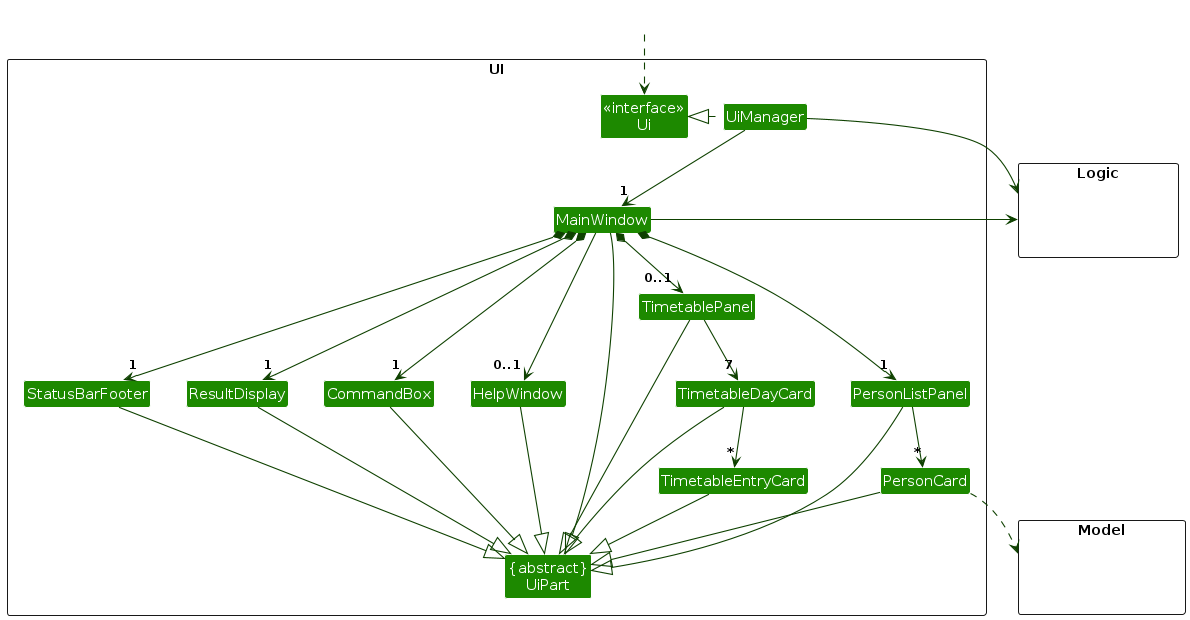
The PlantUML diagram diagrams/UiClassDiagram.png in AY2627S1-CS2103T-T12-2/tp, before a commit. Its source is kept beside it as diagrams/UiClassDiagram.puml.
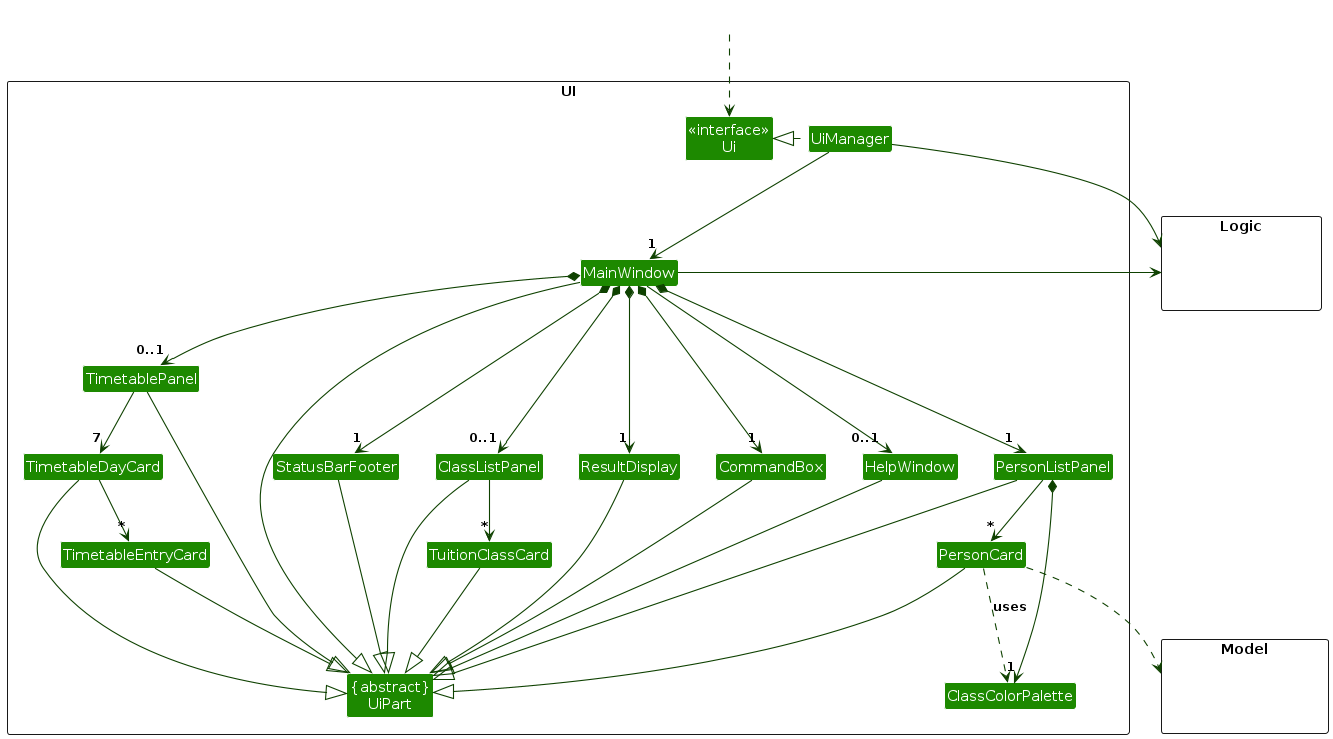
After the change.

The edit, as a diff of the source:
```diff
@@ -13,6 +13,9 @@
 Class ResultDisplay
 Class PersonListPanel
 Class PersonCard
+Class ClassColorPalette
+Class ClassListPanel
+Class TuitionClassCard
 Class TimetablePanel
 Class TimetableDayCard
 Class TimetableEntryCard
@@ -36,11 +39,15 @@
 MainWindow *-down->  "1" CommandBox
 MainWindow *-down-> "1" ResultDisplay
 MainWindow *-down-> "1" PersonListPanel
+MainWindow *-down-> "0..1" ClassListPanel
 MainWindow *-down-> "0..1" TimetablePanel
 MainWindow *-down-> "1" StatusBarFooter
 MainWindow --> "0..1" HelpWindow
 
 PersonListPanel -down-> "*" PersonCard
+PersonListPanel *-right-> "1" ClassColorPalette
+PersonCard ..> ClassColorPalette : uses
+ClassListPanel -down-> "*" TuitionClassCard
 TimetablePanel -down-> "7" TimetableDayCard
 TimetableDayCard -down-> "*" TimetableEntryCard
 
@@ -50,6 +57,8 @@
 CommandBox --|> UiPart
 PersonListPanel --|> UiPart
 PersonCard --|> UiPart
+ClassListPanel --|> UiPart
+TuitionClassCard --|> UiPart
 TimetablePanel --|> UiPart
 TimetableDayCard --|> UiPart
 TimetableEntryCard --|> UiPart
```
